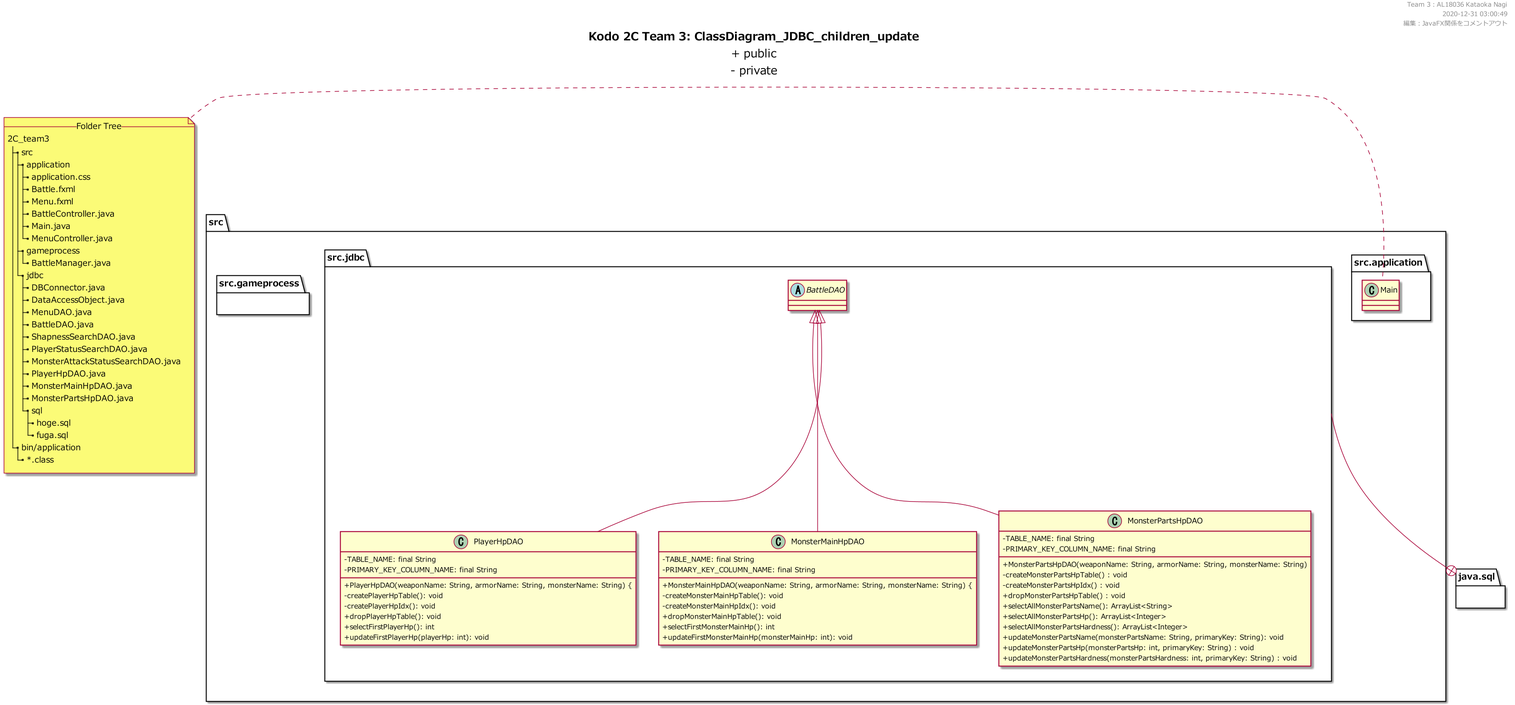
Earlier version of the PlantUML export uml/out/ClassDiagram_JDBC_children_update.png (KataokaNagi/2C_team3).
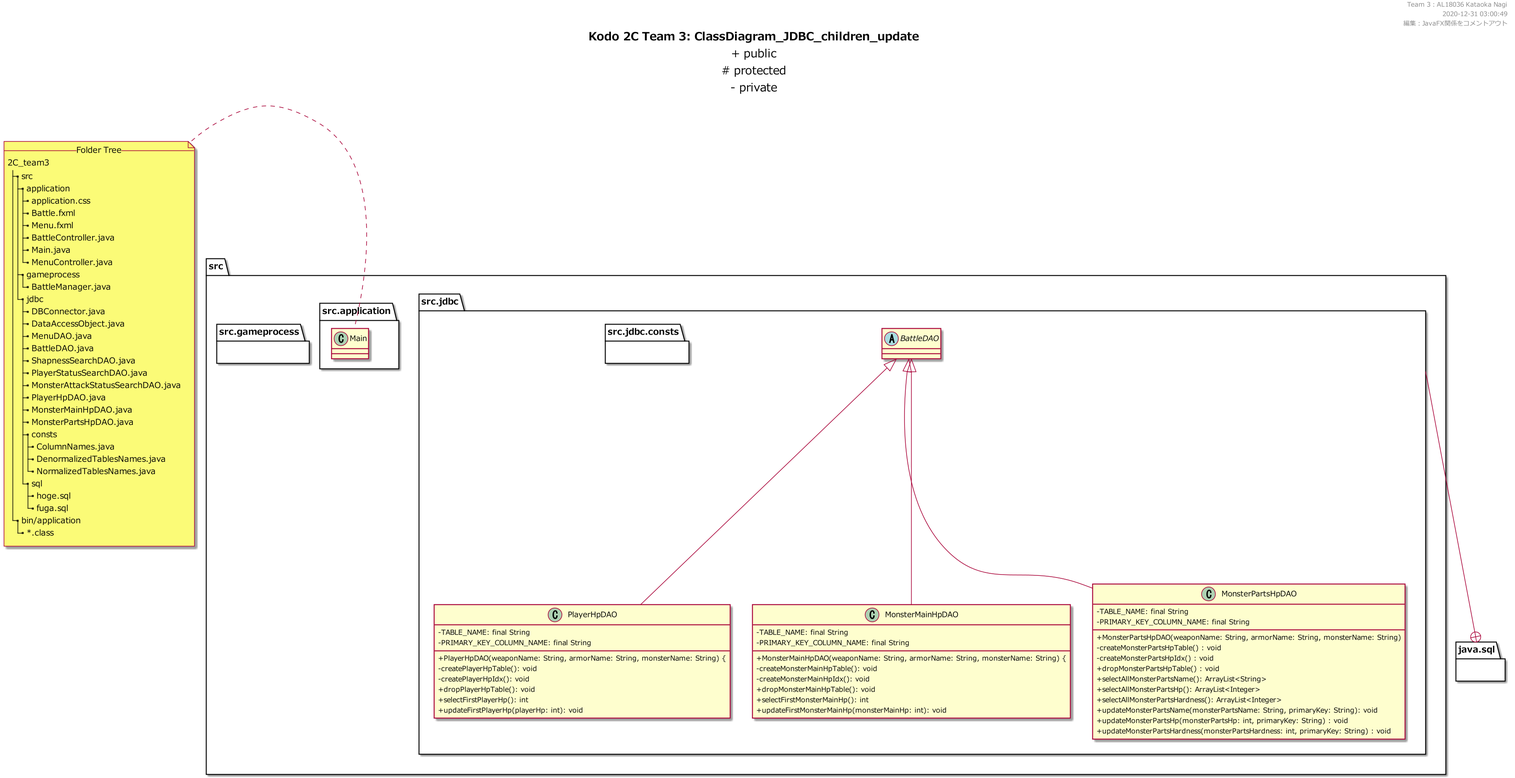
After the commit.

What changed in the source:
```diff
@@ -14,6 +14,7 @@
 title
 **Kodo 2C Team 3: ClassDiagram_JDBC_children_update**
 + public
+~# protected
 ~- private
 end title
 
@@ -53,6 +54,10 @@
       |_ PlayerHpDAO.java
       |_ MonsterMainHpDAO.java
       |_ MonsterPartsHpDAO.java
+      |_ consts
+        |_ ColumnNames.java
+        |_ DenormalizedTablesNames.java
+        |_ NormalizedTablesNames.java
       |_ sql
         |_ hoge.sql
         |_ fuga.sql
@@ -64,6 +69,11 @@
 package java.sql {
 }
 
+
+package src.jdbc {
+  package src.jdbc.consts {
+  }
+}
 
 src.jdbc --+ java.sql
 
```
